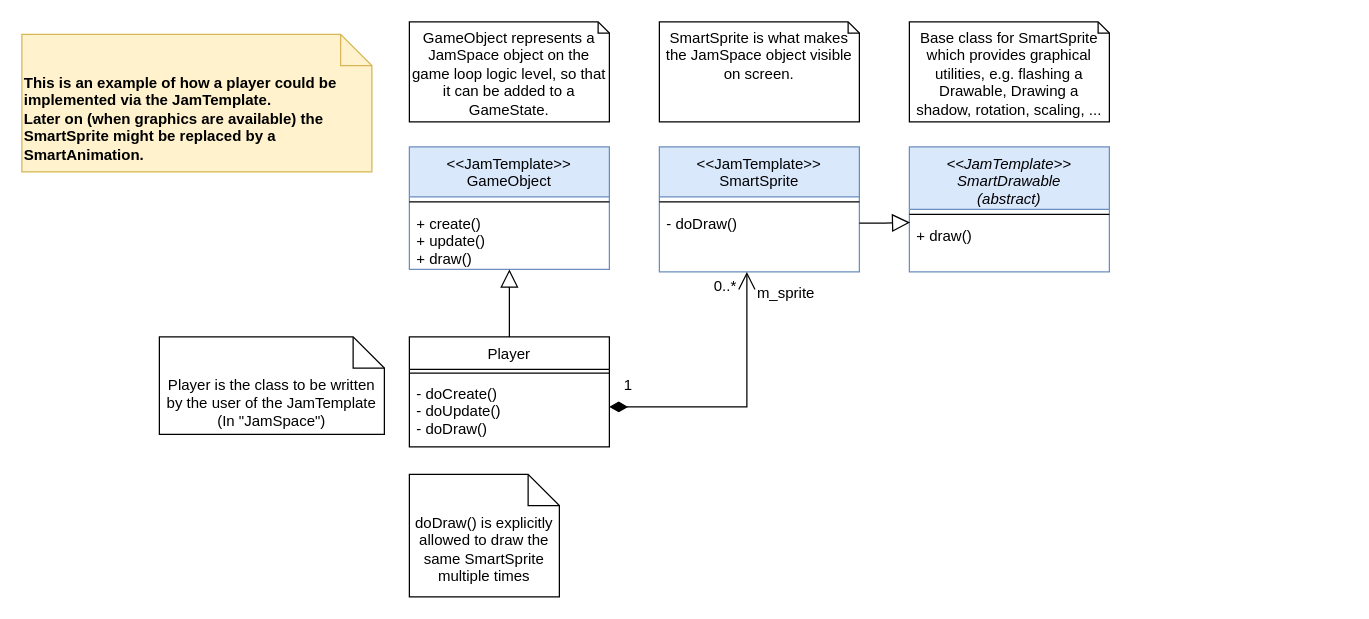
The draw.io diagram doc/playerexample.drawio in Laguna1989/JamTemplateCpp, before the edit. Source tidied: cells renumbered, new cells numbered last; positions are measured from the earlier drawing's top-left corner, leaving out a move shared by most shapes. Both pictures are drawn from the tidied source at 125%, with x=0, y=0 at pixel (21, 21).
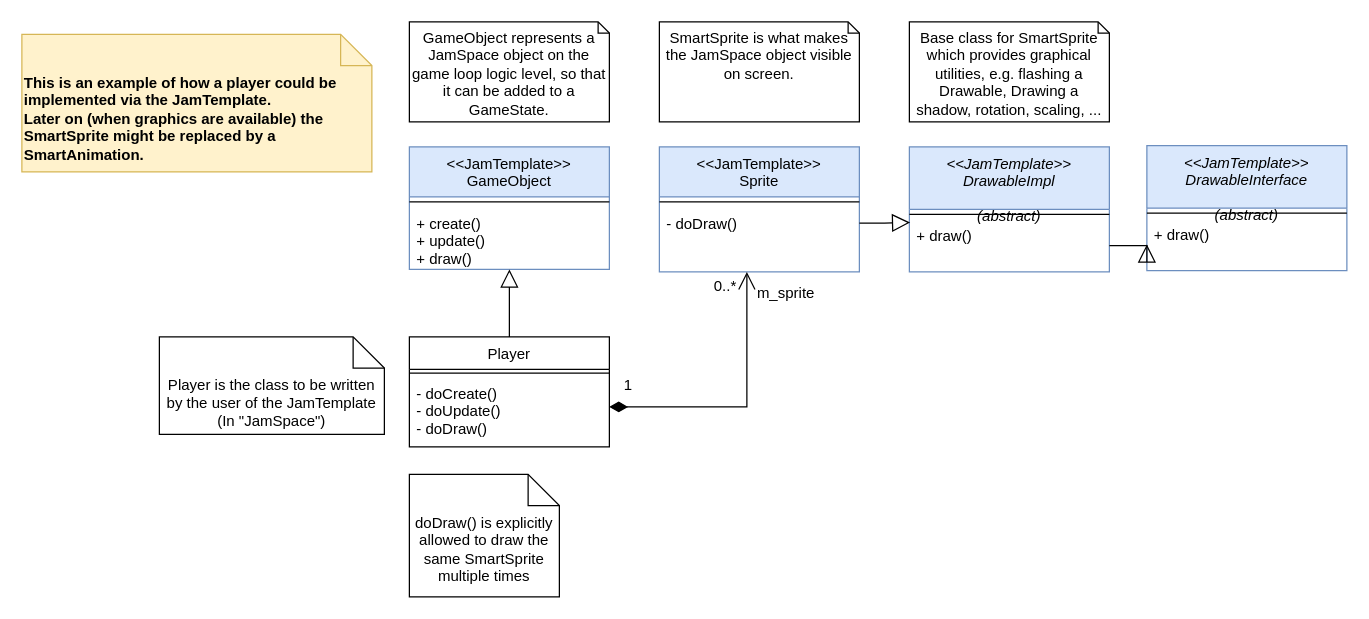
The same page after the edit.

Commit message:
Fix Drawable naming in documentation

The change refers to these unchanged cells:
```xml
<mxCell id="18" value="+ draw()" style="text;align=left;verticalAlign=top;spacingLeft=4;spacingRight=4;overflow=hidden;points=[[0,0.5],[1,0.5]];portConstraint=eastwest;" parent="16" vertex="1">
  <mxGeometry y="58" width="160" height="42" as="geometry" />
</mxCell>
```

The edit, as a diff of the source:
```diff
@@
-    <mxCell id="9" value="&lt;&lt;JamTemplate&gt;&gt;&#10;SmartSprite" style="swimlane;fontStyle=0;align=center;verticalAlign=top;horizontal=1;startSize=40;rounded=0;shadow=0;strokeWidth=1;fillColor=#dae8fc;strokeColor=#6c8ebf;" parent="1" vertex="1">
+    <mxCell id="9" value="&lt;&lt;JamTemplate&gt;&gt;&#10;Sprite" style="swimlane;fontStyle=0;align=center;verticalAlign=top;horizontal=1;startSize=40;rounded=0;shadow=0;strokeWidth=1;fillColor=#dae8fc;strokeColor=#6c8ebf;" parent="1" vertex="1">
       <mxGeometry x="510" y="100" width="160" height="100" as="geometry" />
     </mxCell>
@@
-    <mxCell id="16" value="&lt;&lt;JamTemplate&gt;&gt;&#10;SmartDrawable&#10;(abstract)" style="swimlane;fontStyle=2;align=center;verticalAlign=top;horizontal=1;startSize=50;rounded=0;shadow=0;strokeWidth=1;fillColor=#dae8fc;strokeColor=#6c8ebf;" parent="1" vertex="1">
+    <mxCell id="16" value="&lt;&lt;JamTemplate&gt;&gt;&#10;DrawableImpl&#10;&#10;(abstract)" style="swimlane;fontStyle=2;align=center;verticalAlign=top;horizontal=1;startSize=50;rounded=0;shadow=0;strokeWidth=1;fillColor=#dae8fc;strokeColor=#6c8ebf;" parent="1" vertex="1">
       <mxGeometry x="710" y="100" width="160" height="100" as="geometry" />
     </mxCell>
@@
+    <mxCell id="26" value="&lt;&lt;JamTemplate&gt;&gt;&#10;DrawableInterface&#10;&#10;(abstract)" style="swimlane;fontStyle=2;align=center;verticalAlign=top;horizontal=1;startSize=50;rounded=0;shadow=0;strokeWidth=1;fillColor=#dae8fc;strokeColor=#6c8ebf;" parent="1" vertex="1">
+      <mxGeometry x="900" y="99" width="160" height="100" as="geometry" />
+    </mxCell>
+    <mxCell id="27" style="line;html=1;strokeWidth=1;align=left;verticalAlign=middle;spacingTop=-1;spacingLeft=3;spacingRight=3;labelPosition=right;" parent="26" vertex="1">
+      <mxGeometry y="50" width="160" height="8" as="geometry" />
+    </mxCell>
+    <mxCell id="28" value="+ draw()" style="text;align=left;verticalAlign=top;spacingLeft=4;spacingRight=4;overflow=hidden;points=[[0,0.5],[1,0.5]];portConstraint=eastwest;" parent="26" vertex="1">
+      <mxGeometry y="58" width="160" height="42" as="geometry" />
+    </mxCell>
+    <mxCell id="29" style="edgeStyle=orthogonalEdgeStyle;rounded=0;jettySize=auto;html=1;endArrow=block;endFill=0;endSize=12;startSize=12;exitX=1;exitY=0.5;exitDx=0;exitDy=0;entryX=0;entryY=0.5;entryDx=0;entryDy=0;" parent="1" edge="1" source="18" target="28">
+      <mxGeometry relative="1" as="geometry" />
+    </mxCell>
```
